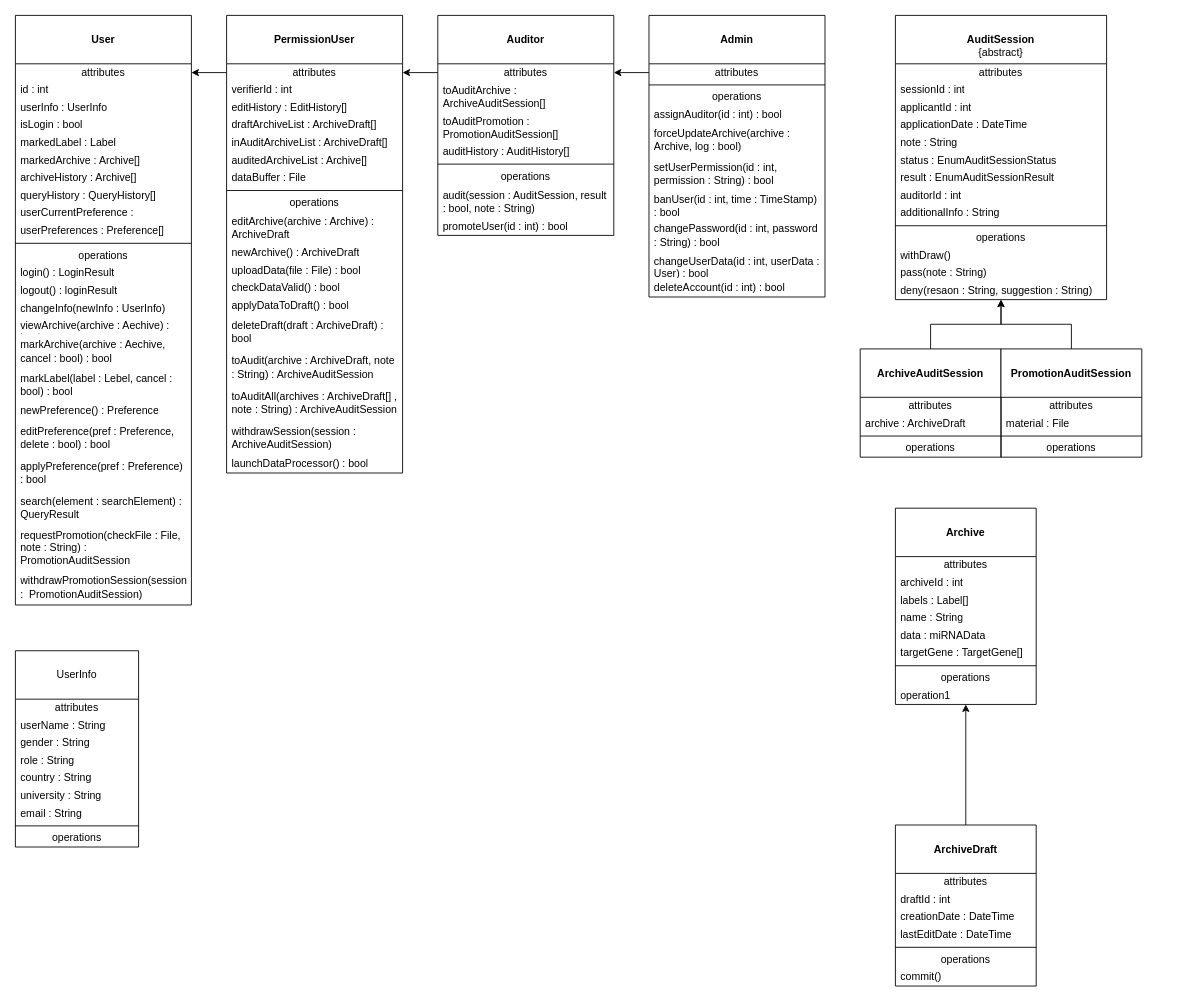
Earlier version of the draw.io diagram UML类图.drawio (icemeowzhi/uml). Source tidied: cells renumbered, new cells numbered last; positions are measured from the earlier drawing's top-left corner, leaving out a move shared by most shapes. Both pictures are drawn from the tidied source at 88%, with x=0, y=0 at pixel (15, 15).
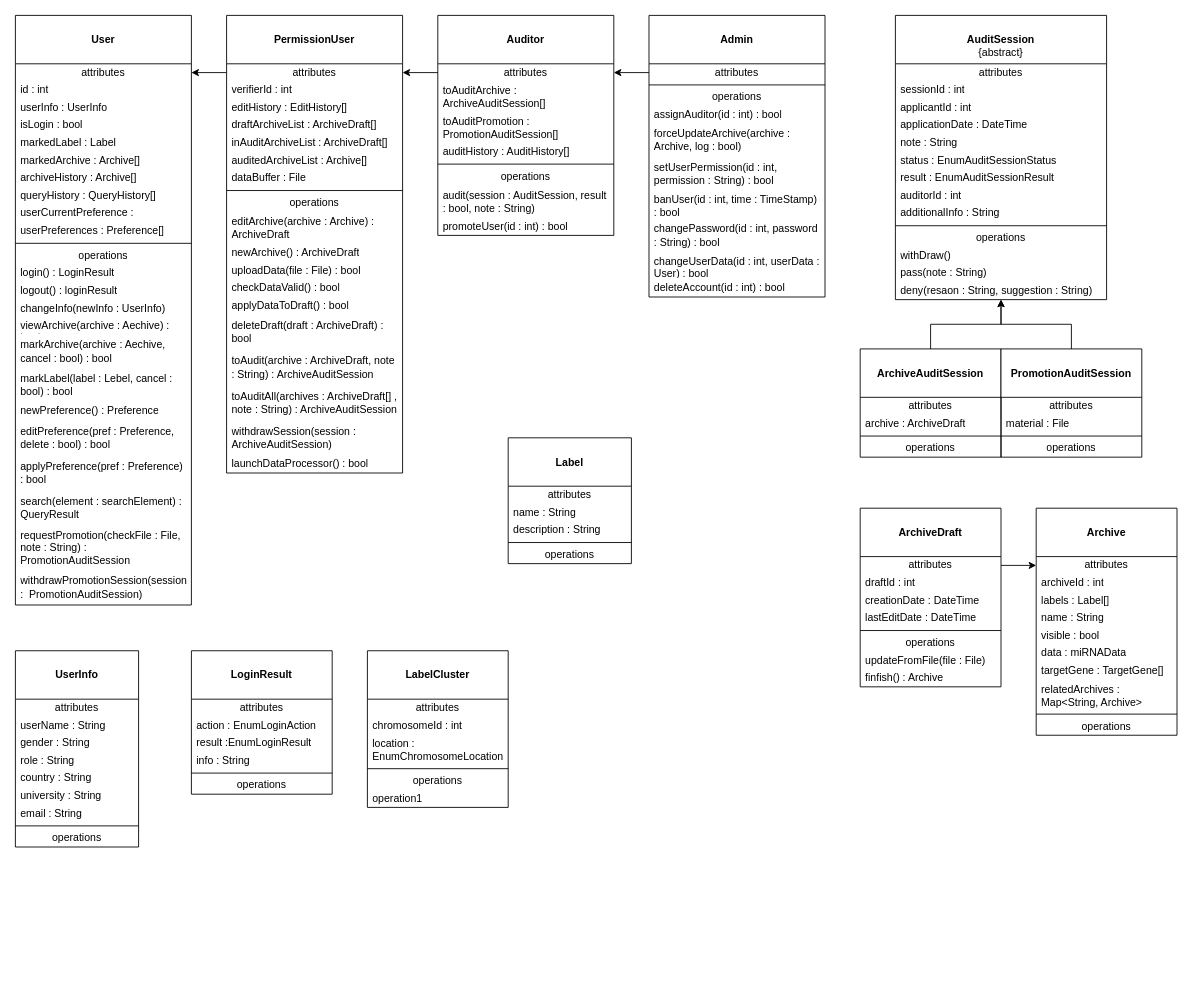
Above is the later version.

Unchanged cells that the change refers to:
```xml
<mxCell id="108" value="attributes" style="text;html=1;strokeColor=none;fillColor=none;align=center;verticalAlign=middle;spacingLeft=4;spacingRight=4;overflow=hidden;points=[[0,0.5],[1,0.5]];portConstraint=eastwest;whiteSpace=wrap;" parent="107" vertex="1">
  <mxGeometry y="55" width="160" height="20" as="geometry" />
</mxCell>
<mxCell id="119" value="attributes" style="text;html=1;strokeColor=none;fillColor=none;align=center;verticalAlign=middle;spacingLeft=4;spacingRight=4;overflow=hidden;points=[[0,0.5],[1,0.5]];portConstraint=eastwest;whiteSpace=wrap;" parent="118" vertex="1">
  <mxGeometry y="55" width="160" height="20" as="geometry" />
</mxCell>
```

The edit, as a diff of the source:
```diff
@@
-    <mxCell id="70" value="&lt;br&gt;UserInfo" style="swimlane;fontStyle=0;align=center;verticalAlign=top;horizontal=1;startSize=55;html=1;whiteSpace=wrap;" parent="1" vertex="1">
+    <mxCell id="70" value="&lt;b&gt;&lt;br&gt;UserInfo&lt;/b&gt;" style="swimlane;fontStyle=0;align=center;verticalAlign=top;horizontal=1;startSize=55;html=1;whiteSpace=wrap;" parent="1" vertex="1">
       <mxGeometry y="722" width="140" height="223" as="geometry" />
     </mxCell>
@@
     <mxCell id="107" value="&lt;br&gt;&lt;b&gt;Archive&lt;/b&gt;" style="swimlane;fontStyle=0;align=center;verticalAlign=top;horizontal=1;startSize=55;html=1;whiteSpace=wrap;" parent="1" vertex="1">
-      <mxGeometry x="1000" y="560" width="160" height="223" as="geometry" />
+      <mxGeometry x="1160" y="560" width="160" height="258" as="geometry" />
     </mxCell>
@@
+    <mxCell id="126" value="visible : bool" style="text;html=1;strokeColor=none;fillColor=none;align=left;verticalAlign=middle;spacingLeft=4;spacingRight=4;overflow=hidden;whiteSpace=wrap;" parent="107" vertex="1">
+      <mxGeometry y="135" width="160" height="20" as="geometry" />
+    </mxCell>
     <mxCell id="112" value="data : miRNAData" style="text;html=1;strokeColor=none;fillColor=none;align=left;verticalAlign=middle;spacingLeft=4;spacingRight=4;overflow=hidden;whiteSpace=wrap;" parent="107" vertex="1">
-      <mxGeometry y="135" width="160" height="20" as="geometry" />
+      <mxGeometry y="155" width="160" height="20" as="geometry" />
     </mxCell>
     <mxCell id="113" value="targetGene : TargetGene[]" style="text;html=1;strokeColor=none;fillColor=none;align=left;verticalAlign=middle;spacingLeft=4;spacingRight=4;overflow=hidden;whiteSpace=wrap;" parent="107" vertex="1">
-      <mxGeometry y="155" width="160" height="20" as="geometry" />
+      <mxGeometry y="175" width="160" height="20" as="geometry" />
     </mxCell>
+    <mxCell id="127" value="relatedArchives : Map&amp;lt;String, Archive&amp;gt;" style="text;html=1;strokeColor=none;fillColor=none;align=left;verticalAlign=middle;spacingLeft=4;spacingRight=4;overflow=hidden;whiteSpace=wrap;" parent="107" vertex="1">
+      <mxGeometry y="195" width="160" height="35" as="geometry" />
+    </mxCell>
     <mxCell id="114" style="line;strokeWidth=1;fillColor=none;align=left;verticalAlign=middle;spacingTop=-1;spacingLeft=3;spacingRight=3;labelPosition=right;" parent="107" vertex="1">
-      <mxGeometry y="175" width="160" height="8" as="geometry" />
+      <mxGeometry y="230" width="160" height="8" as="geometry" />
     </mxCell>
     <mxCell id="115" value="operations" style="text;html=1;strokeColor=none;fillColor=none;align=center;verticalAlign=middle;spacingLeft=4;spacingRight=4;overflow=hidden;whiteSpace=wrap;" parent="107" vertex="1">
-      <mxGeometry y="183" width="160" height="20" as="geometry" />
+      <mxGeometry y="238" width="160" height="20" as="geometry" />
     </mxCell>
-    <mxCell id="116" value="operation1" style="text;html=1;strokeColor=none;fillColor=none;align=left;verticalAlign=middle;spacingLeft=4;spacingRight=4;overflow=hidden;whiteSpace=wrap;" parent="107" vertex="1">
-      <mxGeometry y="203" width="160" height="20" as="geometry" />
-    </mxCell>
-    <mxCell id="117" style="edgeStyle=orthogonalEdgeStyle;rounded=0;jettySize=auto;html=1;exitX=0.5;exitY=0;exitDx=0;exitDy=0;" parent="1" edge="1" source="118" target="107">
-      <mxGeometry relative="1" as="geometry" />
-    </mxCell>
     <mxCell id="118" value="&lt;br&gt;&lt;b&gt;ArchiveDraft&lt;/b&gt;" style="swimlane;fontStyle=0;align=center;verticalAlign=top;horizontal=1;startSize=55;html=1;whiteSpace=wrap;" parent="1" vertex="1">
-      <mxGeometry x="1000" y="920" width="160" height="183" as="geometry" />
+      <mxGeometry x="960" y="560" width="160" height="203" as="geometry" />
     </mxCell>
@@
-    <mxCell id="125" value="commit()" style="text;html=1;strokeColor=none;fillColor=none;align=left;verticalAlign=middle;spacingLeft=4;spacingRight=4;overflow=hidden;whiteSpace=wrap;" parent="118" vertex="1">
+    <mxCell id="125" value="updateFromFile(file : File)" style="text;html=1;strokeColor=none;fillColor=none;align=left;verticalAlign=middle;spacingLeft=4;spacingRight=4;overflow=hidden;whiteSpace=wrap;" parent="118" vertex="1">
       <mxGeometry y="163" width="160" height="20" as="geometry" />
     </mxCell>
+    <mxCell id="128" value="finfish() : Archive" style="text;html=1;strokeColor=none;fillColor=none;align=left;verticalAlign=middle;spacingLeft=4;spacingRight=4;overflow=hidden;whiteSpace=wrap;" parent="118" vertex="1">
+      <mxGeometry y="183" width="160" height="20" as="geometry" />
+    </mxCell>
+    <mxCell id="129" style="edgeStyle=orthogonalEdgeStyle;rounded=0;jettySize=auto;html=1;exitX=1;exitY=0.5;exitDx=0;exitDy=0;entryX=0;entryY=0.5;entryDx=0;entryDy=0;" parent="1" edge="1" source="119" target="108">
+      <mxGeometry relative="1" as="geometry" />
+    </mxCell>
+    <mxCell id="130" value="&lt;br&gt;&lt;b&gt;Label&lt;/b&gt;" style="swimlane;fontStyle=0;align=center;verticalAlign=top;horizontal=1;startSize=55;html=1;whiteSpace=wrap;" parent="1" vertex="1">
+      <mxGeometry x="560" y="480" width="140" height="143" as="geometry" />
+    </mxCell>
+    <mxCell id="131" value="attributes" style="text;html=1;strokeColor=none;fillColor=none;align=center;verticalAlign=middle;spacingLeft=4;spacingRight=4;overflow=hidden;whiteSpace=wrap;" parent="130" vertex="1">
+      <mxGeometry y="55" width="140" height="20" as="geometry" />
+    </mxCell>
+    <mxCell id="132" value="name : String" style="text;html=1;strokeColor=none;fillColor=none;align=left;verticalAlign=middle;spacingLeft=4;spacingRight=4;overflow=hidden;whiteSpace=wrap;" parent="130" vertex="1">
+      <mxGeometry y="75" width="140" height="20" as="geometry" />
+    </mxCell>
+    <mxCell id="133" value="description : String" style="text;html=1;strokeColor=none;fillColor=none;align=left;verticalAlign=middle;spacingLeft=4;spacingRight=4;overflow=hidden;whiteSpace=wrap;" parent="130" vertex="1">
+      <mxGeometry y="95" width="140" height="20" as="geometry" />
+    </mxCell>
+    <mxCell id="134" style="line;strokeWidth=1;fillColor=none;align=left;verticalAlign=middle;spacingTop=-1;spacingLeft=3;spacingRight=3;labelPosition=right;" parent="130" vertex="1">
+      <mxGeometry y="115" width="140" height="8" as="geometry" />
+    </mxCell>
+    <mxCell id="135" value="operations" style="text;html=1;strokeColor=none;fillColor=none;align=center;verticalAlign=middle;spacingLeft=4;spacingRight=4;overflow=hidden;whiteSpace=wrap;" parent="130" vertex="1">
+      <mxGeometry y="123" width="140" height="20" as="geometry" />
+    </mxCell>
+    <mxCell id="136" value="&lt;br&gt;&lt;b&gt;LoginResult&lt;/b&gt;" style="swimlane;fontStyle=0;align=center;verticalAlign=top;horizontal=1;startSize=55;html=1;whiteSpace=wrap;" parent="1" vertex="1">
+      <mxGeometry x="200" y="722" width="160" height="163" as="geometry" />
+    </mxCell>
+    <mxCell id="137" value="attributes" style="text;html=1;strokeColor=none;fillColor=none;align=center;verticalAlign=middle;spacingLeft=4;spacingRight=4;overflow=hidden;whiteSpace=wrap;" parent="136" vertex="1">
+      <mxGeometry y="55" width="160" height="20" as="geometry" />
+    </mxCell>
+    <mxCell id="138" value="action : EnumLoginAction" style="text;html=1;strokeColor=none;fillColor=none;align=left;verticalAlign=middle;spacingLeft=4;spacingRight=4;overflow=hidden;whiteSpace=wrap;" parent="136" vertex="1">
+      <mxGeometry y="75" width="160" height="20" as="geometry" />
+    </mxCell>
+    <mxCell id="139" value="result :EnumLoginResult" style="text;html=1;strokeColor=none;fillColor=none;align=left;verticalAlign=middle;spacingLeft=4;spacingRight=4;overflow=hidden;whiteSpace=wrap;" parent="136" vertex="1">
+      <mxGeometry y="95" width="160" height="20" as="geometry" />
+    </mxCell>
+    <mxCell id="140" value="info : String" style="text;html=1;strokeColor=none;fillColor=none;align=left;verticalAlign=middle;spacingLeft=4;spacingRight=4;overflow=hidden;whiteSpace=wrap;" parent="136" vertex="1">
+      <mxGeometry y="115" width="160" height="20" as="geometry" />
+    </mxCell>
+    <mxCell id="141" style="line;strokeWidth=1;fillColor=none;align=left;verticalAlign=middle;spacingTop=-1;spacingLeft=3;spacingRight=3;labelPosition=right;" parent="136" vertex="1">
+      <mxGeometry y="135" width="160" height="8" as="geometry" />
+    </mxCell>
+    <mxCell id="142" value="operations" style="text;html=1;strokeColor=none;fillColor=none;align=center;verticalAlign=middle;spacingLeft=4;spacingRight=4;overflow=hidden;whiteSpace=wrap;" parent="136" vertex="1">
+      <mxGeometry y="143" width="160" height="20" as="geometry" />
+    </mxCell>
+    <mxCell id="143" value="&lt;br&gt;&lt;b&gt;LabelCluster&lt;/b&gt;" style="swimlane;fontStyle=0;align=center;verticalAlign=top;horizontal=1;startSize=55;html=1;whiteSpace=wrap;" parent="1" vertex="1">
+      <mxGeometry x="400" y="722" width="160" height="178" as="geometry" />
+    </mxCell>
+    <mxCell id="144" value="attributes" style="text;html=1;strokeColor=none;fillColor=none;align=center;verticalAlign=middle;spacingLeft=4;spacingRight=4;overflow=hidden;whiteSpace=wrap;" parent="143" vertex="1">
+      <mxGeometry y="55" width="160" height="20" as="geometry" />
+    </mxCell>
+    <mxCell id="145" value="chromosomeId : int" style="text;html=1;strokeColor=none;fillColor=none;align=left;verticalAlign=middle;spacingLeft=4;spacingRight=4;overflow=hidden;whiteSpace=wrap;" parent="143" vertex="1">
+      <mxGeometry y="75" width="160" height="20" as="geometry" />
+    </mxCell>
+    <mxCell id="146" value="location : EnumChromosomeLocation" style="text;html=1;strokeColor=none;fillColor=none;align=left;verticalAlign=middle;spacingLeft=4;spacingRight=4;overflow=hidden;whiteSpace=wrap;" parent="143" vertex="1">
+      <mxGeometry y="95" width="160" height="35" as="geometry" />
+    </mxCell>
+    <mxCell id="147" style="line;strokeWidth=1;fillColor=none;align=left;verticalAlign=middle;spacingTop=-1;spacingLeft=3;spacingRight=3;labelPosition=right;" parent="143" vertex="1">
+      <mxGeometry y="130" width="160" height="8" as="geometry" />
+    </mxCell>
+    <mxCell id="148" value="operations" style="text;html=1;strokeColor=none;fillColor=none;align=center;verticalAlign=middle;spacingLeft=4;spacingRight=4;overflow=hidden;whiteSpace=wrap;" parent="143" vertex="1">
+      <mxGeometry y="138" width="160" height="20" as="geometry" />
+    </mxCell>
+    <mxCell id="116" value="operation1" style="text;html=1;strokeColor=none;fillColor=none;align=left;verticalAlign=middle;spacingLeft=4;spacingRight=4;overflow=hidden;whiteSpace=wrap;" parent="143" vertex="1">
+      <mxGeometry y="158" width="160" height="20" as="geometry" />
+    </mxCell>
```
